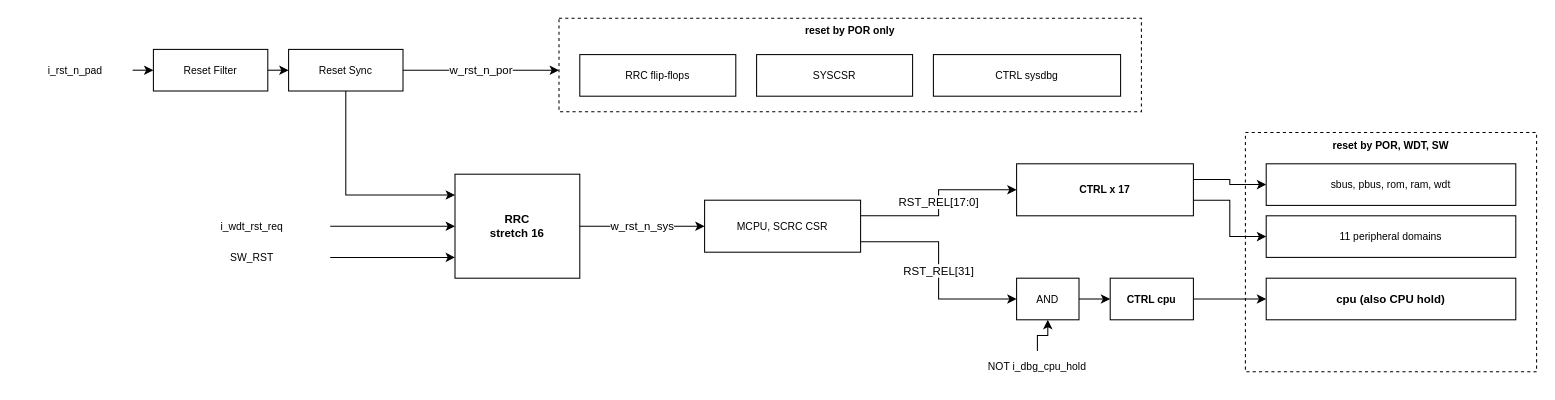
Above: page "SCRC reset tree" (5 of 8) of doc/figures/drawio/QNSC_SCRC.drawio in quynhonsemiconductor/vlsi_deep_training (draw.io), before the change. Source tidied: cells renumbered, new cells numbered last; positions are measured from the earlier drawing's top-left corner, leaving out a move shared by most shapes. Both pictures are drawn from the tidied source at 104%, with x=0, y=0 at pixel (18, 18).
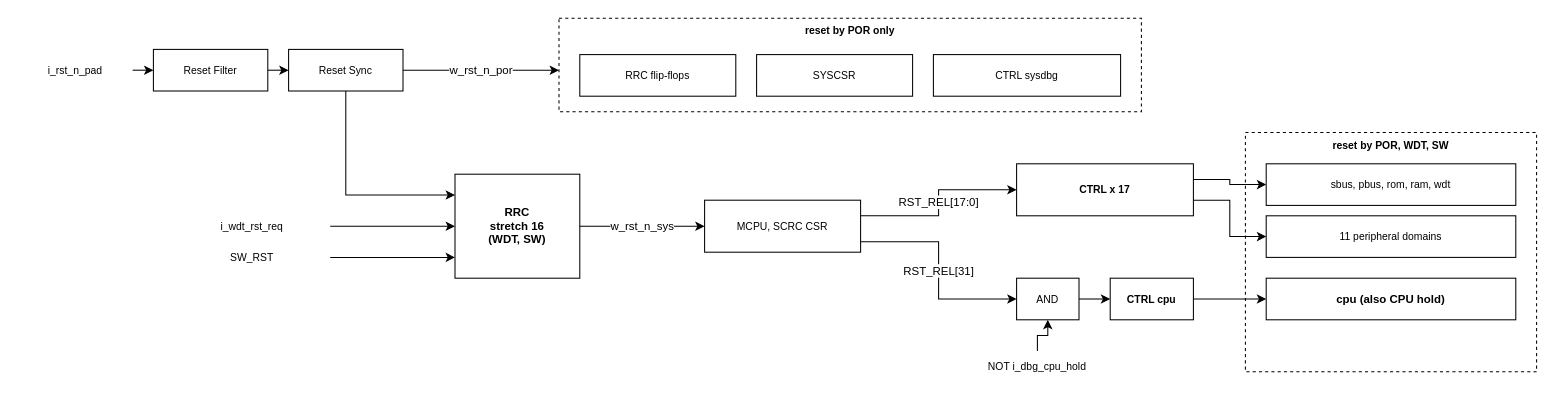
Above is the later version.

Commit message (it also covers changes not shown here):
docs(scrc): v3.1, the owner's decisions on the two proposals (#46)

The edit, as a diff of the source:
```diff
@@
-    <mxCell id="11" value="RRC&#10;stretch 16" style="rounded=0;whiteSpace=wrap;html=1;fillColor=#ffffff;strokeColor=#000000;fontSize=11;dashed=0;fontStyle=1;verticalAlign=middle;" parent="1" vertex="1">
+    <mxCell id="11" value="RRC&#10;stretch 16&#10;(WDT, SW)" style="rounded=0;whiteSpace=wrap;html=1;fillColor=#ffffff;strokeColor=#000000;fontSize=11;dashed=0;fontStyle=1;verticalAlign=middle;" parent="1" vertex="1">
       <mxGeometry x="420" y="150" width="120" height="100" as="geometry" />
     </mxCell>
```
